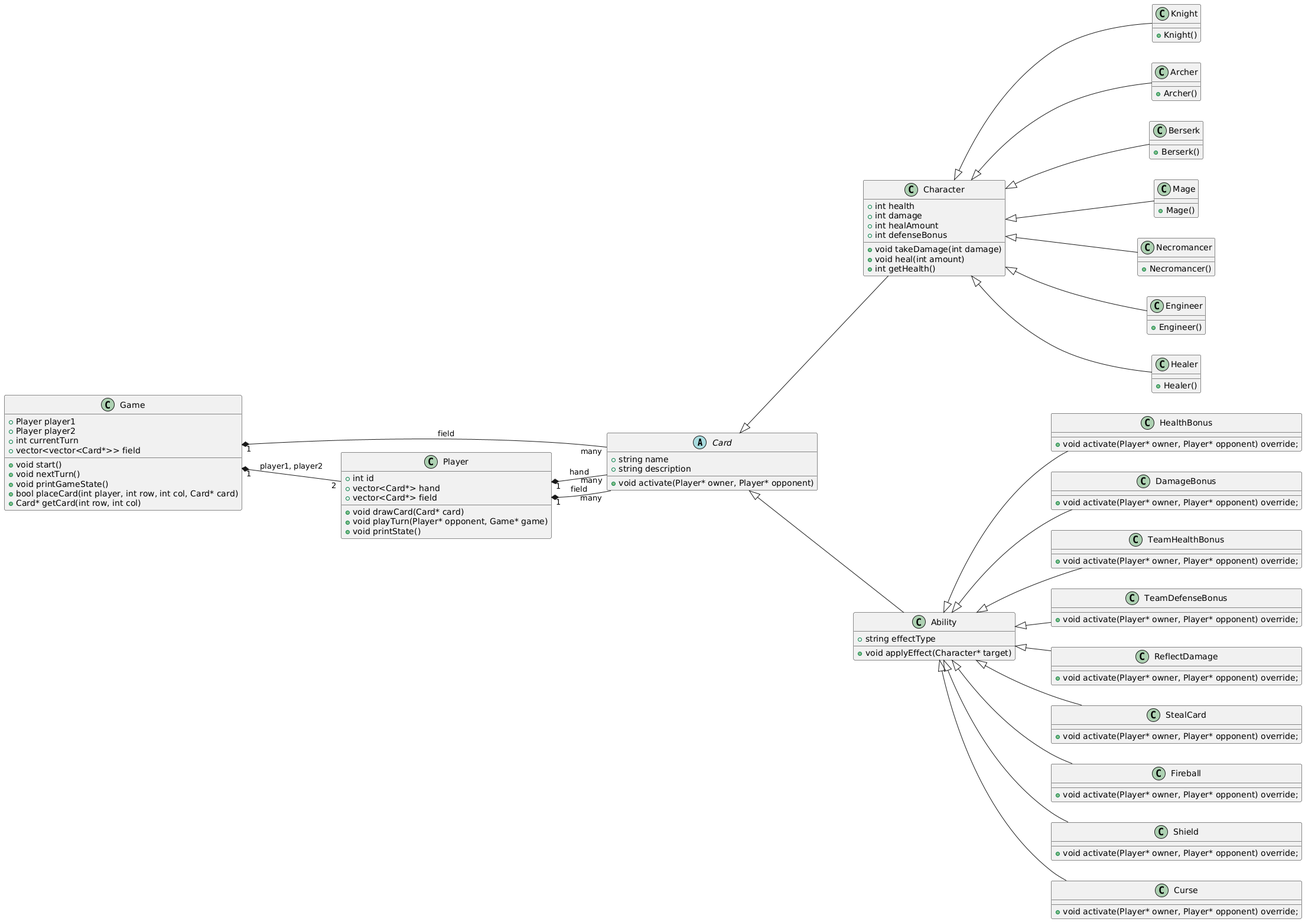
The PlantUML diagram docs/umldiagram.png in timur-rafikov/LabWork2, before a commit. The source it was exported from:
```plantuml
@startuml
left to right direction

abstract Card {
    +string name
    +string description
    +void activate(Player* owner, Player* opponent)
}

class Character extends Card {
    +int health
    +int damage
    +int healAmount
    +int defenseBonus
    +void takeDamage(int damage)
    +void heal(int amount)
    +int getHealth()
}

class Ability extends Card {
    +string effectType
    +void applyEffect(Character* target)
}

class Player {
    +int id
    +vector<Card*> hand
    +vector<Card*> field
    +void drawCard(Card* card)
    +void playTurn(Player* opponent, Game* game)
    +void printState()
}

class Game {
    +Player player1
    +Player player2
    +int currentTurn
    +vector<vector<Card*>> field
    +void start()
    +void nextTurn()
    +void printGameState()
    +bool placeCard(int player, int row, int col, Card* card)
    +Card* getCard(int row, int col)
}

class HealthBonus extends Ability {
    +void activate(Player* owner, Player* opponent) override;
}

class DamageBonus extends Ability {
    +void activate(Player* owner, Player* opponent) override;
}

class TeamHealthBonus extends Ability {
    +void activate(Player* owner, Player* opponent) override;
}

class TeamDefenseBonus extends Ability {
    +void activate(Player* owner, Player* opponent) override;
}

class ReflectDamage extends Ability {
    +void activate(Player* owner, Player* opponent) override;
}

class StealCard extends Ability {
    +void activate(Player* owner, Player* opponent) override;
}

class Fireball extends Ability {
    +void activate(Player* owner, Player* opponent) override;
}

class Shield extends Ability {
    +void activate(Player* owner, Player* opponent) override;
}

class Curse extends Ability {
    +void activate(Player* owner, Player* opponent) override;
}



class Knight extends Character {
    +Knight()
}

class Archer extends Character {
    +Archer()
}

class Berserk extends Character {
    +Berserk()
}

class Mage extends Character {
    +Mage()
}

class Necromancer extends Character {
    +Necromancer()
}

class Engineer extends Character {
    +Engineer()
}

class Healer extends Character {
    +Healer()
}

Player "1" *-- "many" Card : hand
Player "1" *-- "many" Card : field
Game "1" *-- "2" Player : player1, player2
Game "1" *-- "many" Card : field
@enduml
```
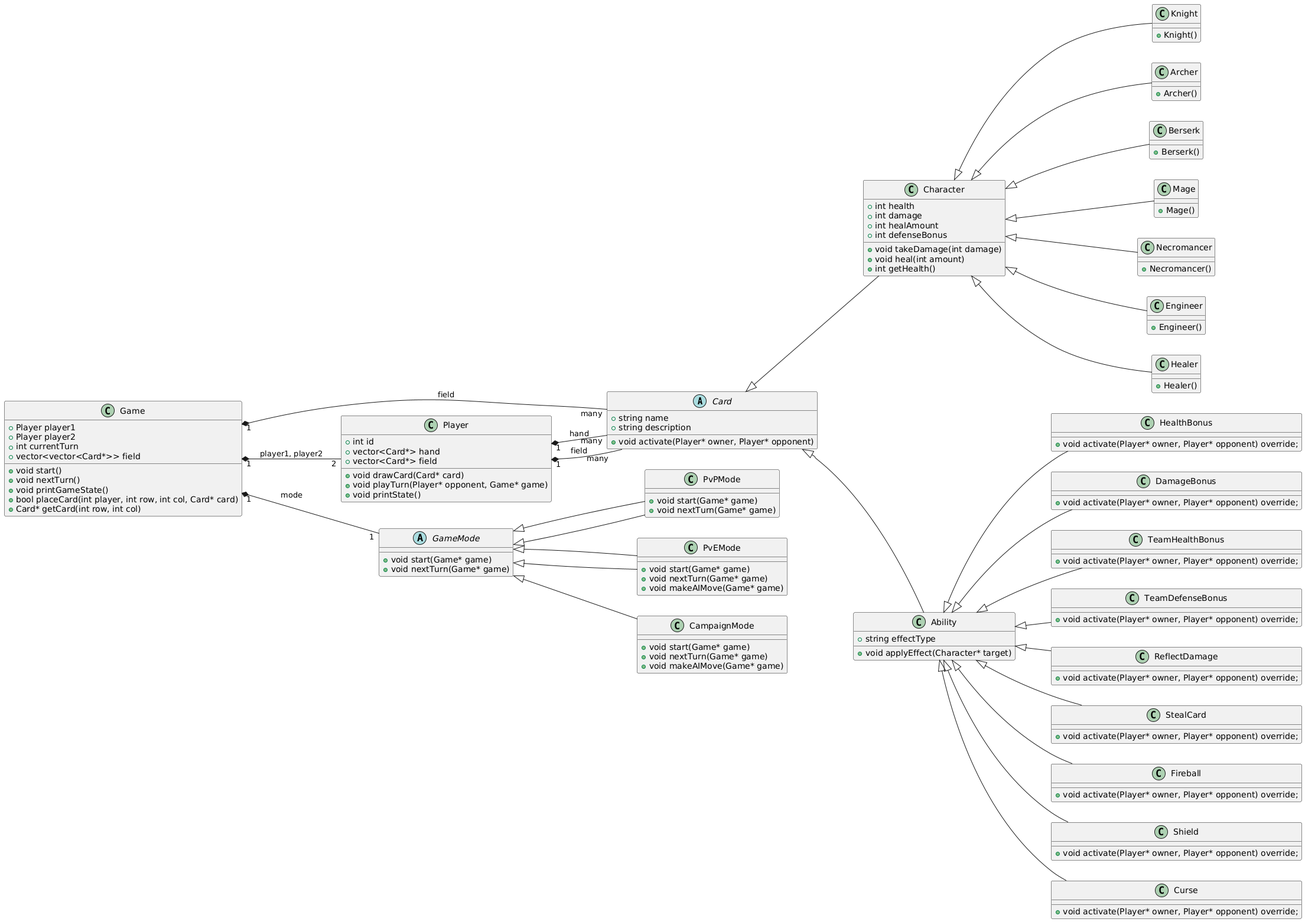
After the change.

Commit message:
Update UML-diagram

What changed in the source:
```diff
@@ -41,6 +41,28 @@
     +void printGameState()
     +bool placeCard(int player, int row, int col, Card* card)
     +Card* getCard(int row, int col)
+}
+
+abstract GameMode {
+    +void start(Game* game)
+    +void nextTurn(Game* game)
+}
+
+class PvPMode extends GameMode {
+    +void start(Game* game)
+    +void nextTurn(Game* game)
+}
+
+class PvEMode extends GameMode {
+    +void start(Game* game)
+    +void nextTurn(Game* game)
+    +void makeAIMove(Game* game)
+}
+
+class CampaignMode extends GameMode {
+    +void start(Game* game)
+    +void nextTurn(Game* game)
+    +void makeAIMove(Game* game)
 }
 
 class HealthBonus extends Ability {
@@ -109,6 +131,9 @@
     +Healer()
 }
 
+Game "1" *-- "1" GameMode : mode
+GameMode <|-- PvPMode
+GameMode <|-- PvEMode
 Player "1" *-- "many" Card : hand
 Player "1" *-- "many" Card : field
 Game "1" *-- "2" Player : player1, player2
```
